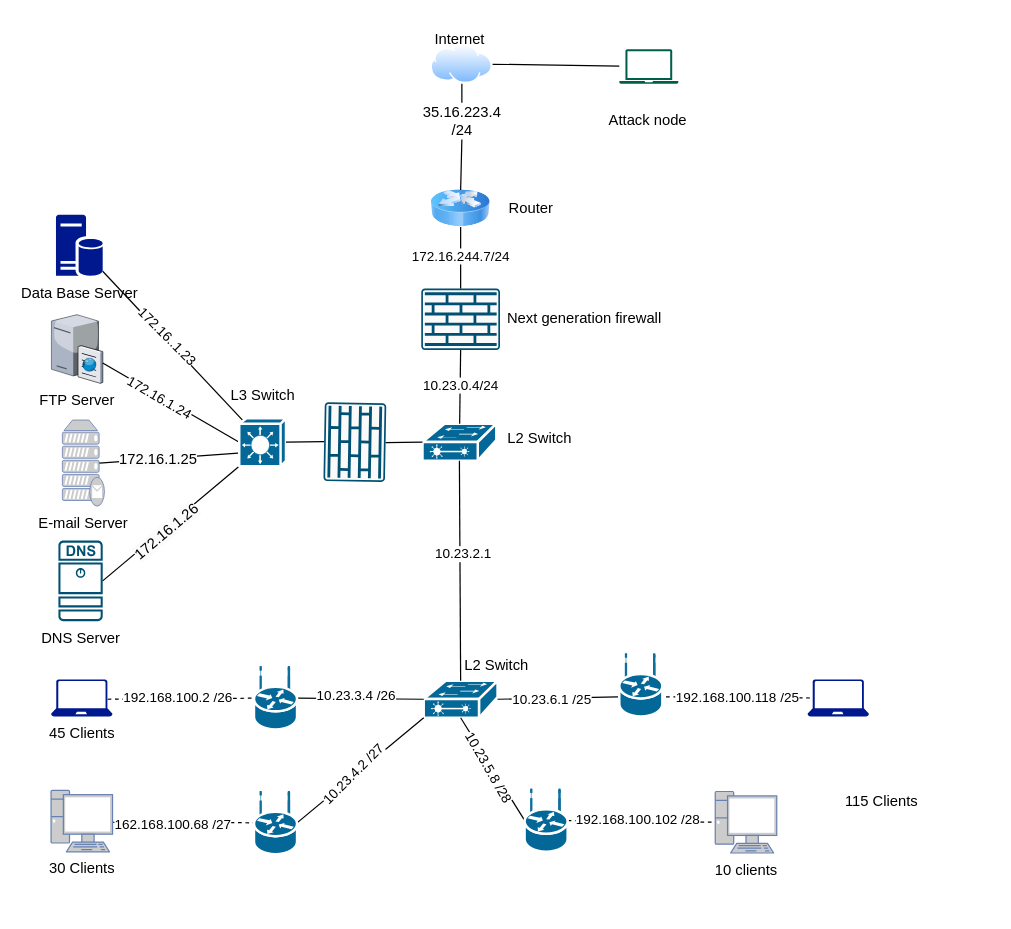
waiyanminunt/learning-code-of-school keeps this draw.io diagram as vahical_FornEtWorkwithStar.drawio. Above is the earlier version. Source tidied: cells renumbered, new cells numbered last; positions are measured from the earlier drawing's top-left corner, leaving out a move shared by most shapes. Both pictures are drawn from the tidied source at 123%, with x=0, y=0 at pixel (50, 21).
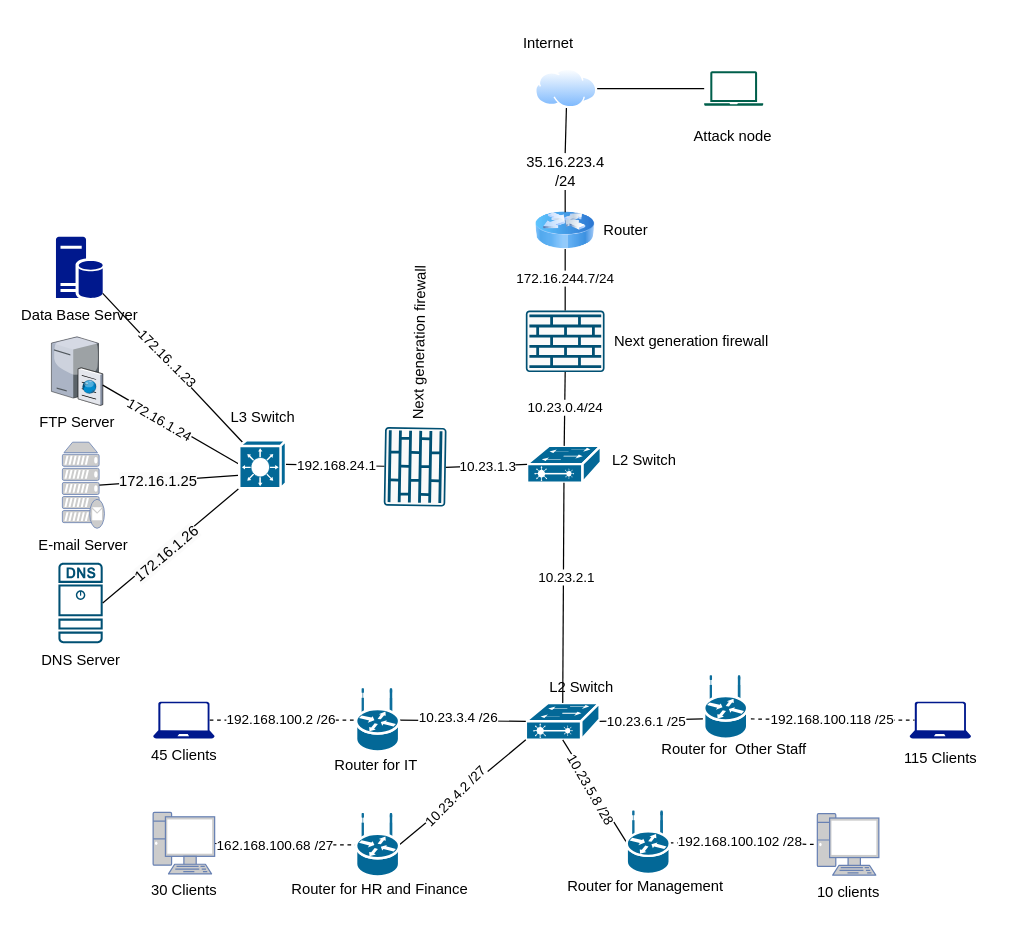
The same page after the edit.

Unchanged cells that the change refers to:
```xml
<mxCell id="64" style="endArrow=none;html=1;rounded=0;exitX=0.5;exitY=1;exitDx=0;exitDy=0;exitPerimeter=0;entryX=0;entryY=0.5;entryDx=0;entryDy=0;entryPerimeter=0;" parent="1" edge="1" source="63" target="29">
  <mxGeometry relative="1" as="geometry" />
</mxCell>
<mxCell id="65" style="endArrow=none;html=1;rounded=0;exitX=1;exitY=0.5;exitDx=0;exitDy=0;exitPerimeter=0;entryX=0.5;entryY=0;entryDx=0;entryDy=0;entryPerimeter=0;" parent="1" edge="1" source="51" target="63">
  <mxGeometry relative="1" as="geometry" />
</mxCell>
```

Diff of the diagram source:
```diff
@@
     <mxCell id="2" style="sketch=0;points=[[0.015,0.015,0],[0.985,0.015,0],[0.985,0.985,0],[0.015,0.985,0],[0.25,0,0],[0.5,0,0],[0.75,0,0],[1,0.25,0],[1,0.5,0],[1,0.75,0],[0.75,1,0],[0.5,1,0],[0.25,1,0],[0,0.75,0],[0,0.5,0],[0,0.25,0]];verticalLabelPosition=bottom;html=1;verticalAlign=top;align=center;shape=mxgraph.cisco19.rect;prIcon=firewall;fillColor=#FAFAFA;strokeColor=#005073;" parent="1" vertex="1">
-      <mxGeometry x="301" y="217" width="64" height="50" as="geometry" />
+      <mxGeometry x="386" y="235" width="64" height="50" as="geometry" />
     </mxCell>
     <mxCell id="3" style="image;html=1;image=img/lib/clip_art/networking/Router_Icon_128x128.png;" parent="1" vertex="1">
-      <mxGeometry x="309" y="137" width="48" height="30" as="geometry" />
+      <mxGeometry x="394" y="155" width="48" height="30" as="geometry" />
     </mxCell>
     <mxCell id="4" value="DNS Server" style="sketch=0;points=[[0.015,0.015,0],[0.985,0.015,0],[0.985,0.985,0],[0.015,0.985,0],[0.25,0,0],[0.5,0,0],[0.75,0,0],[1,0.25,0],[1,0.5,0],[1,0.75,0],[0.75,1,0],[0.5,1,0],[0.25,1,0],[0,0.75,0],[0,0.5,0],[0,0.25,0]];verticalLabelPosition=bottom;html=1;verticalAlign=top;align=center;shape=mxgraph.cisco19.dns_server;fillColor=#005073;strokeColor=none;" parent="1" vertex="1">
-      <mxGeometry x="6" y="422" width="36" height="65.5" as="geometry" />
+      <mxGeometry x="6" y="440" width="36" height="65.5" as="geometry" />
     </mxCell>
     <mxCell id="5" style="endArrow=none;html=1;rounded=0;exitX=0.5;exitY=0;exitDx=0;exitDy=0;exitPerimeter=0;" parent="1" edge="1" source="2">
       <mxGeometry relative="1" as="geometry">
-        <mxPoint x="333" y="167" as="targetPoint" />
+        <mxPoint x="418" y="185" as="targetPoint" />
       </mxGeometry>
     </mxCell>
@@
     <mxCell id="7" style="shape=mxgraph.cisco.switches.layer_2_remote_switch;html=1;dashed=0;fillColor=#036897;strokeColor=#ffffff;strokeWidth=2;verticalLabelPosition=bottom;verticalAlign=top;align=center;outlineConnect=0;" parent="1" vertex="1">
-      <mxGeometry x="303" y="536" width="60" height="30" as="geometry" />
+      <mxGeometry x="386" y="554" width="60" height="30" as="geometry" />
     </mxCell>
@@
     <mxCell id="16" value="45 Clients" style="sketch=0;shadow=0;dashed=0;html=1;strokeColor=none;labelPosition=center;verticalLabelPosition=bottom;verticalAlign=top;align=center;fillColor=#00188D;shape=mxgraph.azure.laptop;" parent="1" vertex="1">
-      <mxGeometry y="535" width="50" height="30" as="geometry" />
+      <mxGeometry x="83" y="553" width="50" height="30" as="geometry" />
     </mxCell>
-    <mxCell id="17" style="endArrow=none;dashed=1;html=1;rounded=0;exitX=1;exitY=0.5;exitDx=0;exitDy=0;exitPerimeter=0;" parent="1" edge="1" target="60">
-      <mxGeometry relative="1" as="geometry">
-        <mxPoint x="50" y="651" as="sourcePoint" />
-      </mxGeometry>
+    <mxCell id="17" style="endArrow=none;dashed=1;html=1;rounded=0;entryX=0;entryY=0.5;entryDx=0;entryDy=0;entryPerimeter=0;" parent="1" edge="1" source="19" target="60">
+      <mxGeometry relative="1" as="geometry" />
     </mxCell>
@@
     <mxCell id="19" value="&lt;font color=&quot;#000000&quot;&gt;30 Clients&lt;/font&gt;" style="fontColor=#0066CC;verticalAlign=top;verticalLabelPosition=bottom;labelPosition=center;align=center;html=1;outlineConnect=0;fillColor=#CCCCCC;strokeColor=#6881B3;gradientColor=none;gradientDirection=north;strokeWidth=2;shape=mxgraph.networks.pc;" parent="1" vertex="1">
-      <mxGeometry y="625" width="50" height="50" as="geometry" />
+      <mxGeometry x="83" y="643" width="50" height="50" as="geometry" />
     </mxCell>
     <mxCell id="20" value="&lt;font color=&quot;#000000&quot;&gt;10 clients&lt;/font&gt;" style="fontColor=#0066CC;verticalAlign=top;verticalLabelPosition=bottom;labelPosition=center;align=center;html=1;outlineConnect=0;fillColor=#CCCCCC;strokeColor=#6881B3;gradientColor=none;gradientDirection=north;strokeWidth=2;shape=mxgraph.networks.pc;" parent="1" vertex="1">
-      <mxGeometry x="540" y="626" width="50" height="50" as="geometry" />
+      <mxGeometry x="623" y="644" width="50" height="50" as="geometry" />
     </mxCell>
@@
     <mxCell id="23" style="sketch=0;shadow=0;dashed=0;html=1;strokeColor=none;labelPosition=center;verticalLabelPosition=bottom;verticalAlign=top;align=center;fillColor=#00188D;shape=mxgraph.azure.laptop;" parent="1" vertex="1">
-      <mxGeometry x="615" y="535" width="50" height="30" as="geometry" />
+      <mxGeometry x="698" y="553" width="50" height="30" as="geometry" />
     </mxCell>
@@
     <mxCell id="26" value="115 Clients" style="text;html=1;align=center;verticalAlign=middle;strokeColor=none;fillColor=none;" parent="1" vertex="1">
-      <mxGeometry x="635" y="619" width="80" height="30" as="geometry" />
+      <mxGeometry x="683" y="584" width="80" height="30" as="geometry" />
     </mxCell>
-    <mxCell id="27" style="endArrow=none;dashed=1;html=1;rounded=0;exitX=0.92;exitY=0.5;exitDx=0;exitDy=0;exitPerimeter=0;" parent="1" edge="1" target="59">
-      <mxGeometry relative="1" as="geometry">
-        <mxPoint x="46" y="551" as="sourcePoint" />
-      </mxGeometry>
+    <mxCell id="27" style="endArrow=none;dashed=1;html=1;rounded=0;exitX=0.92;exitY=0.5;exitDx=0;exitDy=0;exitPerimeter=0;entryX=0;entryY=0.5;entryDx=0;entryDy=0;entryPerimeter=0;" parent="1" edge="1" source="16" target="59">
+      <mxGeometry relative="1" as="geometry" />
     </mxCell>
@@
     <mxCell id="29" style="shape=mxgraph.cisco.switches.layer_2_remote_switch;html=1;dashed=0;fillColor=#036897;strokeColor=#ffffff;strokeWidth=2;verticalLabelPosition=bottom;verticalAlign=top;align=center;outlineConnect=0;" parent="1" vertex="1">
-      <mxGeometry x="302" y="327" width="60" height="30" as="geometry" />
+      <mxGeometry x="387" y="345" width="60" height="30" as="geometry" />
     </mxCell>
@@
     <mxCell id="34" value="Data Base Server" style="sketch=0;shadow=0;dashed=0;html=1;strokeColor=none;labelPosition=center;verticalLabelPosition=bottom;verticalAlign=top;align=center;fillColor=#00188D;shape=mxgraph.mscae.enterprise.database_server;" parent="1" vertex="1">
-      <mxGeometry x="4" y="157" width="38" height="50" as="geometry" />
+      <mxGeometry x="4" y="175" width="38" height="50" as="geometry" />
     </mxCell>
     <mxCell id="35" value="&lt;font color=&quot;#000000&quot;&gt;E-mail Server&lt;/font&gt;" style="fontColor=#0066CC;verticalAlign=top;verticalLabelPosition=bottom;labelPosition=center;align=center;html=1;outlineConnect=0;fillColor=#CCCCCC;strokeColor=#6881B3;gradientColor=none;gradientDirection=north;strokeWidth=2;shape=mxgraph.networks.mail_server;" parent="1" vertex="1">
-      <mxGeometry x="9.2" y="324" width="34.2" height="70" as="geometry" />
+      <mxGeometry x="9.2" y="342" width="34.2" height="70" as="geometry" />
     </mxCell>
@@
     <mxCell id="42" value="FTP Server" style="verticalLabelPosition=bottom;sketch=0;html=1;verticalAlign=top;strokeColor=none;align=center;outlineConnect=0;shape=mxgraph.citrix.ftp_server;" parent="1" vertex="1">
-      <mxGeometry x="0.3" y="237" width="41.7" height="57" as="geometry" />
+      <mxGeometry x="0.3" y="255" width="41.7" height="57" as="geometry" />
     </mxCell>
@@
     <mxCell id="45" style="image;perimeter=ellipsePerimeter;html=1;align=center;shadow=0;dashed=0;spacingTop=3;image=img/lib/active_directory/internet_cloud.svg;" parent="1" vertex="1">
-      <mxGeometry x="309" y="19" width="50" height="31.5" as="geometry" />
+      <mxGeometry x="394" y="38.8" width="50" height="31.5" as="geometry" />
     </mxCell>
@@
     <mxCell id="47" value="Internet" style="text;html=1;align=center;verticalAlign=middle;strokeColor=none;fillColor=none;" parent="1" vertex="1">
-      <mxGeometry x="302" width="60" height="30" as="geometry" />
+      <mxGeometry x="374" y="3" width="60" height="30" as="geometry" />
     </mxCell>
     <mxCell id="48" style="sketch=0;shadow=0;dashed=0;html=1;strokeColor=none;fillColor=#005F4B;labelPosition=center;verticalLabelPosition=bottom;verticalAlign=top;align=center;outlineConnect=0;shape=mxgraph.veeam2.laptop;" parent="1" vertex="1">
-      <mxGeometry x="462" y="22.5" width="48" height="28" as="geometry" />
+      <mxGeometry x="531" y="40.5" width="48" height="28" as="geometry" />
     </mxCell>
@@
     <mxCell id="50" value="Attack node" style="text;html=1;align=center;verticalAlign=middle;strokeColor=none;fillColor=none;" parent="1" vertex="1">
-      <mxGeometry x="440" y="66" width="90" height="30" as="geometry" />
+      <mxGeometry x="509" y="79" width="90" height="30" as="geometry" />
     </mxCell>
     <mxCell id="51" style="shape=mxgraph.cisco.switches.layer_3_switch;html=1;dashed=0;fillColor=#036897;strokeColor=#ffffff;strokeWidth=2;verticalLabelPosition=bottom;verticalAlign=top;align=center;outlineConnect=0;" parent="1" vertex="1">
-      <mxGeometry x="153" y="322.5" width="38" height="39" as="geometry" />
+      <mxGeometry x="153" y="340.5" width="38" height="39" as="geometry" />
     </mxCell>
     <mxCell id="52" value="Next generation firewall&amp;nbsp;" style="text;html=1;align=center;verticalAlign=middle;strokeColor=none;fillColor=none;" parent="1" vertex="1">
-      <mxGeometry x="360" y="227" width="150" height="30" as="geometry" />
+      <mxGeometry x="447" y="245" width="150" height="30" as="geometry" />
     </mxCell>
     <mxCell id="53" value="Router" style="text;html=1;align=center;verticalAlign=middle;strokeColor=none;fillColor=none;" parent="1" vertex="1">
-      <mxGeometry x="360" y="137" width="60" height="30" as="geometry" />
+      <mxGeometry x="437" y="155" width="60" height="30" as="geometry" />
     </mxCell>
     <mxCell id="54" value="L3 Switch" style="text;html=1;align=center;verticalAlign=middle;strokeColor=none;fillColor=none;" parent="1" vertex="1">
-      <mxGeometry x="132" y="289" width="80" height="30" as="geometry" />
+      <mxGeometry x="132" y="307" width="80" height="30" as="geometry" />
     </mxCell>
     <mxCell id="55" value="L2 Switch" style="text;html=1;align=center;verticalAlign=middle;strokeColor=none;fillColor=none;" parent="1" vertex="1">
-      <mxGeometry x="357" y="324" width="80" height="30" as="geometry" />
+      <mxGeometry x="442" y="342" width="80" height="30" as="geometry" />
     </mxCell>
     <mxCell id="56" value="L2 Switch" style="text;html=1;align=center;verticalAlign=middle;strokeColor=none;fillColor=none;" parent="1" vertex="1">
-      <mxGeometry x="322" y="509" width="80" height="30" as="geometry" />
+      <mxGeometry x="391" y="527" width="80" height="30" as="geometry" />
     </mxCell>
-    <mxCell id="57" style="endArrow=none;html=1;rounded=0;exitX=0.5;exitY=1;exitDx=0;exitDy=0;entryX=0.5;entryY=0;entryDx=0;entryDy=0;" parent="1" edge="1" source="45" target="58">
+    <mxCell id="57" style="endArrow=none;html=1;rounded=0;entryX=0.5;entryY=0;entryDx=0;entryDy=0;exitX=0.5;exitY=1;exitDx=0;exitDy=0;" parent="1" edge="1" source="45" target="58">
       <mxGeometry relative="1" as="geometry" />
     </mxCell>
     <mxCell id="58" value="&lt;span style=&quot;font-family: arial, helvetica, sans-serif; text-align: left; text-wrap: wrap; background-color: rgb(255, 255, 255);&quot;&gt;&lt;font style=&quot;font-size: 12px;&quot;&gt;35.16.223.4 /24&lt;/font&gt;&lt;/span&gt;" style="text;html=1;align=center;verticalAlign=middle;points=[];strokeColor=none;fillColor=none;" parent="1" vertex="1">
-      <mxGeometry x="279" y="66" width="110" height="30" as="geometry" />
+      <mxGeometry x="363" y="107" width="110" height="30" as="geometry" />
     </mxCell>
     <mxCell id="59" style="shape=mxgraph.cisco.routers.wireless_router;html=1;dashed=0;fillColor=#036897;strokeColor=#ffffff;strokeWidth=2;verticalLabelPosition=bottom;verticalAlign=top;align=center;outlineConnect=0;" parent="1" vertex="1">
-      <mxGeometry x="165" y="524.5" width="35" height="51" as="geometry" />
+      <mxGeometry x="248" y="542.5" width="35" height="51" as="geometry" />
     </mxCell>
     <mxCell id="60" style="shape=mxgraph.cisco.routers.wireless_router;html=1;dashed=0;fillColor=#036897;strokeColor=#ffffff;strokeWidth=2;verticalLabelPosition=bottom;verticalAlign=top;align=center;outlineConnect=0;" parent="1" vertex="1">
-      <mxGeometry x="165" y="626" width="35" height="51" as="geometry" />
+      <mxGeometry x="248" y="644" width="35" height="51" as="geometry" />
     </mxCell>
     <mxCell id="61" style="shape=mxgraph.cisco.routers.wireless_router;html=1;dashed=0;fillColor=#036897;strokeColor=#ffffff;strokeWidth=2;verticalLabelPosition=bottom;verticalAlign=top;align=center;outlineConnect=0;" parent="1" vertex="1">
-      <mxGeometry x="385" y="624" width="35" height="51" as="geometry" />
+      <mxGeometry x="468" y="642" width="35" height="51" as="geometry" />
     </mxCell>
     <mxCell id="62" style="shape=mxgraph.cisco.routers.wireless_router;html=1;dashed=0;fillColor=#036897;strokeColor=#ffffff;strokeWidth=2;verticalLabelPosition=bottom;verticalAlign=top;align=center;outlineConnect=0;" parent="1" vertex="1">
-      <mxGeometry x="462" y="514" width="35" height="51" as="geometry" />
+      <mxGeometry x="531" y="532" width="35" height="51" as="geometry" />
     </mxCell>
     <mxCell id="63" style="sketch=0;points=[[0.015,0.015,0],[0.985,0.015,0],[0.985,0.985,0],[0.015,0.985,0],[0.25,0,0],[0.5,0,0],[0.75,0,0],[1,0.25,0],[1,0.5,0],[1,0.75,0],[0.75,1,0],[0.5,1,0],[0.25,1,0],[0,0.75,0],[0,0.5,0],[0,0.25,0]];verticalLabelPosition=bottom;html=1;verticalAlign=top;align=center;shape=mxgraph.cisco19.rect;prIcon=firewall;fillColor=#FAFAFA;strokeColor=#005073;rotation=-89;" parent="1" vertex="1">
-      <mxGeometry x="215" y="317" width="64" height="50" as="geometry" />
+      <mxGeometry x="264" y="337" width="64" height="50" as="geometry" />
     </mxCell>
@@
+    <mxCell id="66" value="10.23.1.3" style="edgeLabel;html=1;align=center;verticalAlign=middle;" parent="64" vertex="1">
+      <mxGeometry x="0.03" relative="1" as="geometry" />
+    </mxCell>
@@
+    <mxCell id="67" value="192.168.24.1" style="edgeLabel;html=1;align=center;verticalAlign=middle;" parent="65" vertex="1">
+      <mxGeometry x="0.03" relative="1" as="geometry" />
+    </mxCell>
+    <mxCell id="68" value="Next generation firewall&amp;nbsp;" style="text;html=1;align=center;verticalAlign=middle;strokeColor=none;fillColor=none;rotation=-89;" parent="1" vertex="1">
+      <mxGeometry x="225" y="245" width="150" height="30" as="geometry" />
+    </mxCell>
+    <mxCell id="69" value="Router for IT" style="text;html=1;align=center;verticalAlign=middle;strokeColor=none;fillColor=none;" parent="1" vertex="1">
+      <mxGeometry x="219" y="590" width="90" height="30" as="geometry" />
+    </mxCell>
+    <mxCell id="70" value="Router for HR and Finance" style="text;html=1;align=center;verticalAlign=middle;strokeColor=none;fillColor=none;" parent="1" vertex="1">
+      <mxGeometry x="182" y="691" width="170" height="30" as="geometry" />
+    </mxCell>
+    <mxCell id="71" value="Router for Management" style="text;html=1;align=center;verticalAlign=middle;strokeColor=none;fillColor=none;" parent="1" vertex="1">
+      <mxGeometry x="408" y="688" width="150" height="30" as="geometry" />
+    </mxCell>
+    <mxCell id="72" value="Router for&amp;nbsp; Other Staff" style="text;html=1;align=center;verticalAlign=middle;strokeColor=none;fillColor=none;" parent="1" vertex="1">
+      <mxGeometry x="485" y="577" width="140" height="30" as="geometry" />
+    </mxCell>
```
